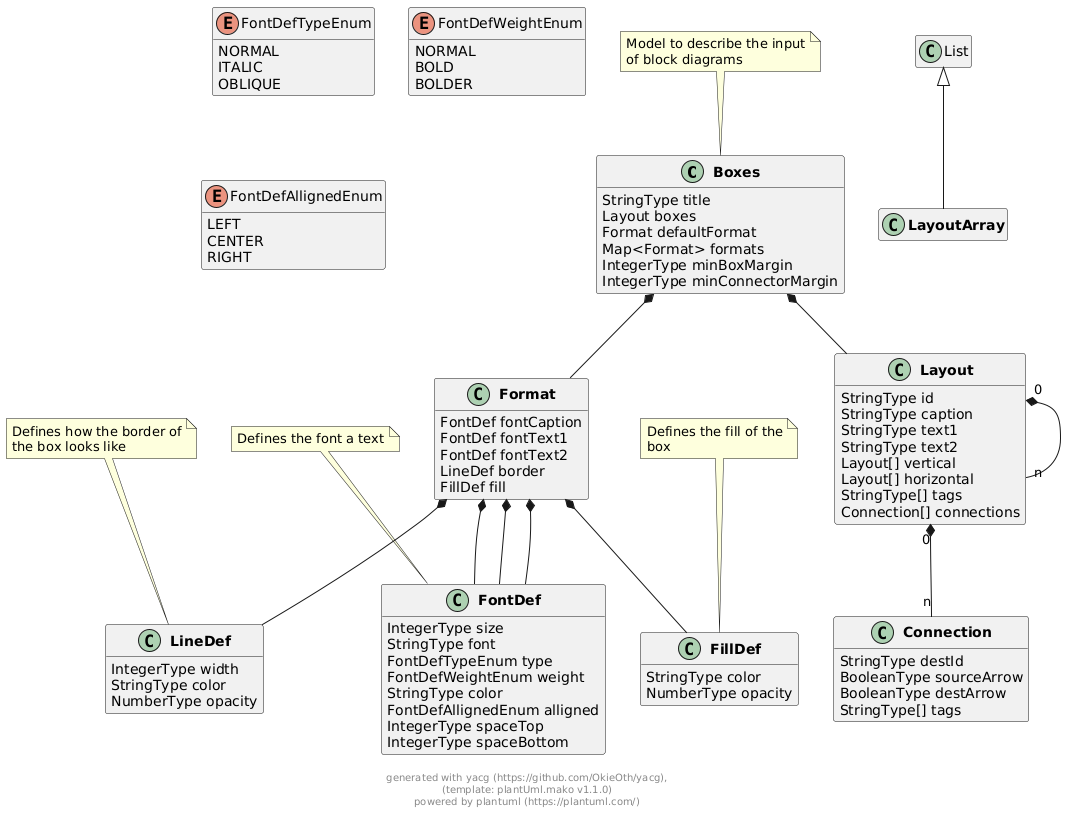
Earlier version of the PlantUML export docs/models/png/boxes.png (OkieOth/draw.chart.things). Its diagram source:
```plantuml
@startuml
hide empty methods
hide empty fields


class "**Boxes**" as Boxes {
        StringType title
        Layout boxes
        Format defaultFormat
        Map<Format> formats
        IntegerType minBoxMargin
        IntegerType minConnectorMargin
}
note top: Model to describe the input\nof block diagrams



class "**Layout**" as Layout {
        StringType id
        StringType caption
        StringType text1
        StringType text2
        Layout[] vertical
        Layout[] horizontal
        StringType[] tags
        Connection[] connections
}



class "**Format**" as Format {
        FontDef fontCaption
        FontDef fontText1
        FontDef fontText2
        LineDef border
        FillDef fill
}




class "**LayoutArray**" as LayoutArray extends List {
}

class "**Connection**" as Connection {
        StringType destId
        BooleanType sourceArrow
        BooleanType destArrow
        StringType[] tags
}



class "**FontDef**" as FontDef {
        IntegerType size
        StringType font
        FontDefTypeEnum type
        FontDefWeightEnum weight
        StringType color
        FontDefAllignedEnum alligned
        IntegerType spaceTop
        IntegerType spaceBottom
}
note top: Defines the font a text



class "**LineDef**" as LineDef {
        IntegerType width
        StringType color
        NumberType opacity
}
note top: Defines how the border of\nthe box looks like



class "**FillDef**" as FillDef {
        StringType color
        NumberType opacity
}
note top: Defines the fill of the\nbox



enum "FontDefTypeEnum" as FontDefTypeEnum {
    NORMAL
    ITALIC
    OBLIQUE
}

enum "FontDefWeightEnum" as FontDefWeightEnum {
    NORMAL
    BOLD
    BOLDER
}

enum "FontDefAllignedEnum" as FontDefAllignedEnum {
    LEFT
    CENTER
    RIGHT
}




Boxes  *--  Layout

Boxes  *--  Format









Layout "0" *-- "n" Layout



Layout "0" *-- "n" Connection


Format  *--  FontDef

Format  *--  FontDef

Format  *--  FontDef

Format  *--  LineDef

Format  *--  FillDef




























footer \ngenerated with yacg (https://github.com/OkieOth/yacg),\n(template: plantUml.mako v1.1.0)\npowered by plantuml (https://plantuml.com/)
@enduml
```
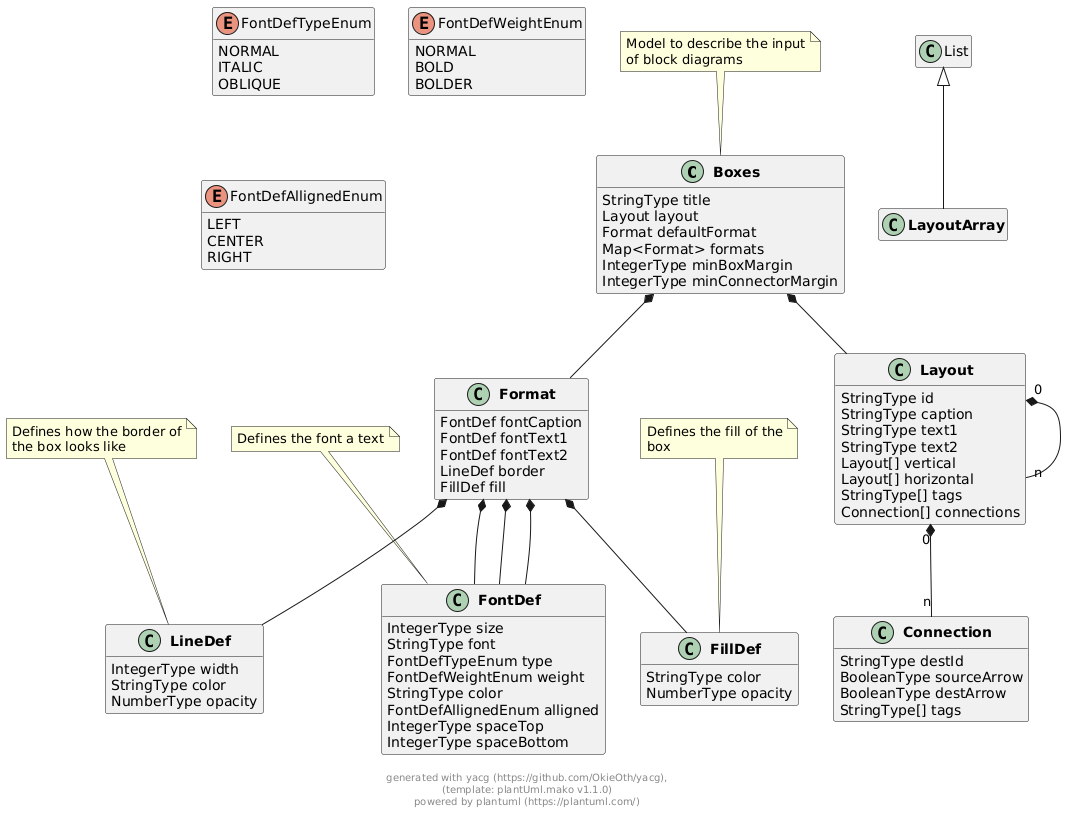
Later version of the same file.

Change to the diagram source:
```diff
@@ -5,7 +5,7 @@
 
 class "**Boxes**" as Boxes {
         StringType title
-        Layout boxes
+        Layout layout
         Format defaultFormat
         Map<Format> formats
         IntegerType minBoxMargin
```
